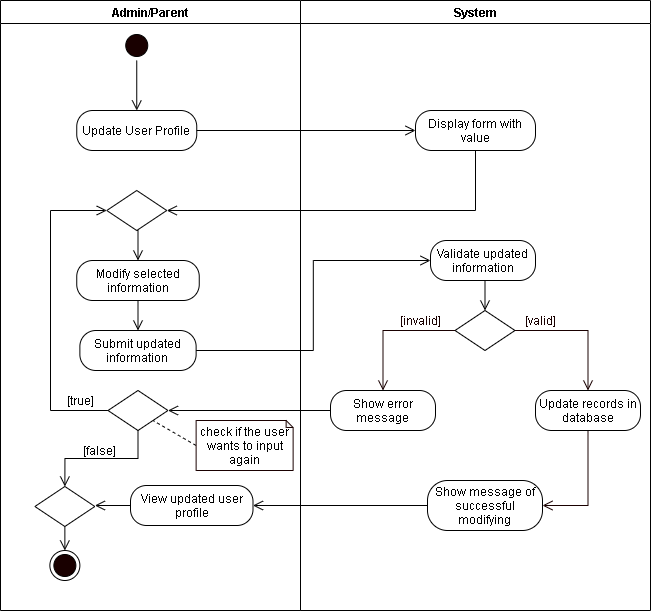
Before: REVISIONS/UML-DIAGRAMS/6-9-2021/ACTIVITY DIAGRAM/7-Update User Profile.png, a diagram exported from draw.io (mrklglsn/CAPSTONE-FILES). Source tidied: cells renumbered, new cells last; positions are measured from the earlier drawing's top-left corner, leaving out a move shared by most shapes. Source of this version:
```xml
<mxGraphModel>
  <root>
    <mxCell id="0" />
    <mxCell id="1" parent="0" />
    <mxCell id="2" value="Admin/Parent" style="swimlane;startSize=23;" parent="1" vertex="1">
      <mxGeometry width="300" height="610" as="geometry" />
    </mxCell>
    <mxCell id="3" style="edgeStyle=orthogonalEdgeStyle;rounded=0;jettySize=auto;html=1;exitX=0.5;exitY=1;exitDx=0;exitDy=0;entryX=0.5;entryY=0;entryDx=0;entryDy=0;endArrow=open;endFill=0;endSize=8;" parent="2" edge="1" source="4">
      <mxGeometry relative="1" as="geometry">
        <mxPoint x="136.2" y="110" as="targetPoint" />
      </mxGeometry>
    </mxCell>
    <mxCell id="4" style="ellipse;html=1;shape=startState;fillColor=#190000;" parent="2" vertex="1">
      <mxGeometry x="121.2" y="30" width="30" height="30" as="geometry" />
    </mxCell>
    <mxCell id="5" value="Update User Profile" style="rounded=1;whiteSpace=wrap;html=1;arcSize=40;" parent="2" vertex="1">
      <mxGeometry x="76.2" y="110" width="120" height="40" as="geometry" />
    </mxCell>
    <mxCell id="6" style="edgeStyle=orthogonalEdgeStyle;rounded=0;jettySize=auto;html=1;exitX=0.5;exitY=1;exitDx=0;exitDy=0;entryX=0.5;entryY=0;entryDx=0;entryDy=0;endArrow=open;endFill=0;endSize=8;" parent="2" edge="1" source="7" target="8">
      <mxGeometry relative="1" as="geometry" />
    </mxCell>
    <mxCell id="7" value="Modify selected information" style="rounded=1;whiteSpace=wrap;html=1;arcSize=40;" parent="2" vertex="1">
      <mxGeometry x="76.2" y="260" width="122.5" height="40" as="geometry" />
    </mxCell>
    <mxCell id="8" value="Submit updated information" style="rounded=1;whiteSpace=wrap;html=1;arcSize=40;" parent="2" vertex="1">
      <mxGeometry x="79.4" y="330" width="116.2" height="40" as="geometry" />
    </mxCell>
    <mxCell id="9" style="edgeStyle=orthogonalEdgeStyle;rounded=0;jettySize=auto;html=1;exitX=0.5;exitY=1;exitDx=0;exitDy=0;entryX=0.5;entryY=0;entryDx=0;entryDy=0;endArrow=open;endFill=0;endSize=8;" parent="2" edge="1" source="10" target="7">
      <mxGeometry relative="1" as="geometry" />
    </mxCell>
    <mxCell id="10" style="rhombus;whiteSpace=wrap;html=1;" parent="2" vertex="1">
      <mxGeometry x="106.2" y="190" width="60" height="40" as="geometry" />
    </mxCell>
    <mxCell id="11" style="edgeStyle=orthogonalEdgeStyle;rounded=0;jettySize=auto;html=1;exitX=0;exitY=0.5;exitDx=0;exitDy=0;entryX=1;entryY=0.5;entryDx=0;entryDy=0;endArrow=open;endFill=0;endSize=8;" parent="2" edge="1" source="12" target="17">
      <mxGeometry relative="1" as="geometry" />
    </mxCell>
    <mxCell id="12" value="View updated user profile" style="rounded=1;whiteSpace=wrap;html=1;arcSize=40;" parent="2" vertex="1">
      <mxGeometry x="130" y="485" width="122.5" height="40" as="geometry" />
    </mxCell>
    <mxCell id="13" style="ellipse;html=1;shape=endState;fillColor=#190000;" parent="2" vertex="1">
      <mxGeometry x="49.4" y="550" width="30" height="30" as="geometry" />
    </mxCell>
    <mxCell id="14" style="edgeStyle=orthogonalEdgeStyle;rounded=0;jettySize=auto;html=1;exitX=0;exitY=0.5;exitDx=0;exitDy=0;entryX=0;entryY=0.5;entryDx=0;entryDy=0;endArrow=open;endFill=0;endSize=8;" parent="2" edge="1" source="15" target="10">
      <mxGeometry relative="1" as="geometry">
        <Array as="points">
          <mxPoint x="50" y="410" />
          <mxPoint x="50" y="210" />
        </Array>
      </mxGeometry>
    </mxCell>
    <mxCell id="15" style="rhombus;whiteSpace=wrap;html=1;" parent="2" vertex="1">
      <mxGeometry x="107.5" y="390" width="60" height="40" as="geometry" />
    </mxCell>
    <mxCell id="16" style="edgeStyle=orthogonalEdgeStyle;rounded=0;jettySize=auto;html=1;exitX=0.5;exitY=1;exitDx=0;exitDy=0;entryX=0.5;entryY=0;entryDx=0;entryDy=0;endArrow=open;endFill=0;endSize=8;" parent="2" edge="1" source="17" target="13">
      <mxGeometry relative="1" as="geometry" />
    </mxCell>
    <mxCell id="17" style="rhombus;whiteSpace=wrap;html=1;" parent="2" vertex="1">
      <mxGeometry x="34.4" y="486" width="60" height="40" as="geometry" />
    </mxCell>
    <mxCell id="18" style="edgeStyle=orthogonalEdgeStyle;rounded=0;jettySize=auto;html=1;exitX=0.5;exitY=1;exitDx=0;exitDy=0;endArrow=open;endFill=0;endSize=8;entryX=0.5;entryY=0;entryDx=0;entryDy=0;" parent="2" edge="1" source="15" target="17">
      <mxGeometry relative="1" as="geometry" />
    </mxCell>
    <mxCell id="19" style="rounded=0;jettySize=auto;html=1;exitX=0;exitY=0.5;exitDx=0;exitDy=0;exitPerimeter=0;entryX=1;entryY=1;entryDx=0;entryDy=0;endArrow=none;endFill=0;endSize=8;dashed=1;" parent="2" edge="1" source="20" target="15">
      <mxGeometry relative="1" as="geometry" />
    </mxCell>
    <mxCell id="20" value="check if the user wants to input again" style="shape=note;whiteSpace=wrap;html=1;backgroundOutline=1;darkOpacity=0.05;strokeColor=#190000;size=7;" parent="2" vertex="1">
      <mxGeometry x="195.6" y="420" width="97" height="50" as="geometry" />
    </mxCell>
    <mxCell id="21" value="[false]" style="text;html=1;align=center;verticalAlign=middle;strokeColor=none;" parent="2" vertex="1">
      <mxGeometry x="74.4" y="440" width="50" height="20" as="geometry" />
    </mxCell>
    <mxCell id="22" value="System" style="swimlane;" parent="1" vertex="1">
      <mxGeometry x="300" width="350" height="610" as="geometry" />
    </mxCell>
    <mxCell id="23" value="Validate updated information" style="rounded=1;whiteSpace=wrap;html=1;arcSize=40;" parent="22" vertex="1">
      <mxGeometry x="130" y="240" width="105" height="40" as="geometry" />
    </mxCell>
    <mxCell id="24" style="rhombus;whiteSpace=wrap;html=1;" parent="22" vertex="1">
      <mxGeometry x="154.5" y="310" width="60" height="40" as="geometry" />
    </mxCell>
    <mxCell id="25" style="edgeStyle=orthogonalEdgeStyle;rounded=0;jettySize=auto;html=1;exitX=0.5;exitY=1;exitDx=0;exitDy=0;entryX=0.5;entryY=0;entryDx=0;entryDy=0;endArrow=open;endFill=0;endSize=8;" parent="22" edge="1" source="23" target="24">
      <mxGeometry relative="1" as="geometry" />
    </mxCell>
    <mxCell id="26" value="&lt;font color=&quot;#190000&quot;&gt;[valid]&lt;/font&gt;" style="text;html=1;align=center;verticalAlign=middle;strokeColor=none;fontColor=#FFFFFF;" parent="22" vertex="1">
      <mxGeometry x="214.5" y="310" width="50" height="20" as="geometry" />
    </mxCell>
    <mxCell id="27" value="&lt;font color=&quot;#190000&quot;&gt;[invalid]&lt;/font&gt;" style="text;html=1;align=center;verticalAlign=middle;strokeColor=none;fontColor=#FFFFFF;" parent="22" vertex="1">
      <mxGeometry x="90" y="310" width="60" height="20" as="geometry" />
    </mxCell>
    <mxCell id="28" value="Show error message" style="rounded=1;whiteSpace=wrap;html=1;arcSize=40;" parent="22" vertex="1">
      <mxGeometry x="30" y="390" width="105" height="40" as="geometry" />
    </mxCell>
    <mxCell id="29" style="edgeStyle=orthogonalEdgeStyle;rounded=0;jettySize=auto;html=1;exitX=0.5;exitY=1;exitDx=0;exitDy=0;entryX=1;entryY=0.5;entryDx=0;entryDy=0;fontColor=#FFFFFF;endArrow=open;endFill=0;endSize=8;strokeColor=#190000;" parent="22" edge="1" source="30" target="33">
      <mxGeometry relative="1" as="geometry" />
    </mxCell>
    <mxCell id="30" value="Update records in database" style="rounded=1;whiteSpace=wrap;html=1;arcSize=40;" parent="22" vertex="1">
      <mxGeometry x="235" y="390" width="105" height="40" as="geometry" />
    </mxCell>
    <mxCell id="31" style="edgeStyle=orthogonalEdgeStyle;rounded=0;jettySize=auto;html=1;exitX=0;exitY=0.5;exitDx=0;exitDy=0;fontColor=#FFFFFF;endArrow=open;endFill=0;endSize=8;strokeColor=#190000;entryX=0.5;entryY=0;entryDx=0;entryDy=0;" parent="22" edge="1" source="24" target="28">
      <mxGeometry relative="1" as="geometry" />
    </mxCell>
    <mxCell id="32" style="edgeStyle=orthogonalEdgeStyle;rounded=0;jettySize=auto;html=1;exitX=1;exitY=0.5;exitDx=0;exitDy=0;fontColor=#FFFFFF;endArrow=open;endFill=0;endSize=8;strokeColor=#190000;entryX=0.5;entryY=0;entryDx=0;entryDy=0;" parent="22" edge="1" source="24" target="30">
      <mxGeometry relative="1" as="geometry" />
    </mxCell>
    <mxCell id="33" value="Show message of successful modifying" style="rounded=1;whiteSpace=wrap;html=1;arcSize=40;" parent="22" vertex="1">
      <mxGeometry x="127" y="480" width="115" height="50" as="geometry" />
    </mxCell>
    <mxCell id="34" value="Display form with value" style="rounded=1;whiteSpace=wrap;html=1;arcSize=40;" parent="22" vertex="1">
      <mxGeometry x="115" y="110" width="120" height="40" as="geometry" />
    </mxCell>
    <mxCell id="35" style="edgeStyle=orthogonalEdgeStyle;rounded=0;jettySize=auto;html=1;exitX=1;exitY=0.5;exitDx=0;exitDy=0;endArrow=open;endFill=0;endSize=8;entryX=0;entryY=0.5;entryDx=0;entryDy=0;" parent="1" edge="1" source="5" target="34">
      <mxGeometry relative="1" as="geometry" />
    </mxCell>
    <mxCell id="36" style="edgeStyle=orthogonalEdgeStyle;rounded=0;jettySize=auto;html=1;exitX=0.5;exitY=1;exitDx=0;exitDy=0;endArrow=open;endFill=0;endSize=8;entryX=1;entryY=0.5;entryDx=0;entryDy=0;" parent="1" edge="1" source="34" target="10">
      <mxGeometry relative="1" as="geometry" />
    </mxCell>
    <mxCell id="37" style="edgeStyle=orthogonalEdgeStyle;rounded=0;jettySize=auto;html=1;exitX=1;exitY=0.5;exitDx=0;exitDy=0;entryX=0;entryY=0.5;entryDx=0;entryDy=0;endArrow=open;endFill=0;endSize=8;" parent="1" edge="1" source="8" target="23">
      <mxGeometry relative="1" as="geometry" />
    </mxCell>
    <mxCell id="38" style="edgeStyle=orthogonalEdgeStyle;rounded=0;jettySize=auto;html=1;exitX=0;exitY=0.5;exitDx=0;exitDy=0;endArrow=open;endFill=0;endSize=8;entryX=1;entryY=0.5;entryDx=0;entryDy=0;" parent="1" edge="1" source="33" target="12">
      <mxGeometry relative="1" as="geometry" />
    </mxCell>
    <mxCell id="39" style="edgeStyle=orthogonalEdgeStyle;rounded=0;jettySize=auto;html=1;exitX=0;exitY=0.5;exitDx=0;exitDy=0;endArrow=open;endFill=0;endSize=8;entryX=1;entryY=0.5;entryDx=0;entryDy=0;" parent="1" edge="1" source="28" target="15">
      <mxGeometry relative="1" as="geometry" />
    </mxCell>
    <mxCell id="40" value="[true]" style="text;html=1;align=center;verticalAlign=middle;strokeColor=none;" parent="1" vertex="1">
      <mxGeometry x="60" y="390" width="40" height="20" as="geometry" />
    </mxCell>
  </root>
</mxGraphModel>
```
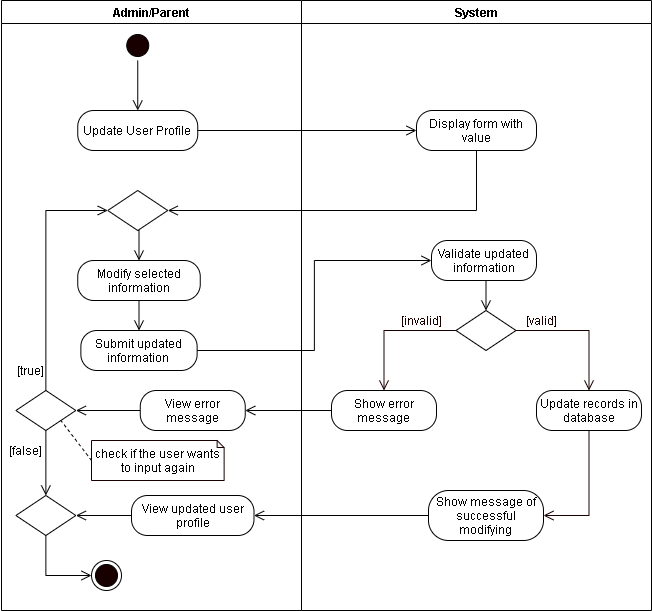
The same diagram one commit later.

What changed in the source:
```diff
@@ -35,27 +35,22 @@
       <mxGeometry relative="1" as="geometry" />
     </mxCell>
     <mxCell id="12" value="View updated user profile" style="rounded=1;whiteSpace=wrap;html=1;arcSize=40;" parent="2" vertex="1">
-      <mxGeometry x="130" y="485" width="122.5" height="40" as="geometry" />
+      <mxGeometry x="130" y="495" width="122.5" height="40" as="geometry" />
     </mxCell>
     <mxCell id="13" style="ellipse;html=1;shape=endState;fillColor=#190000;" parent="2" vertex="1">
-      <mxGeometry x="49.4" y="550" width="30" height="30" as="geometry" />
+      <mxGeometry x="90" y="560" width="30" height="30" as="geometry" />
     </mxCell>
-    <mxCell id="14" style="edgeStyle=orthogonalEdgeStyle;rounded=0;jettySize=auto;html=1;exitX=0;exitY=0.5;exitDx=0;exitDy=0;entryX=0;entryY=0.5;entryDx=0;entryDy=0;endArrow=open;endFill=0;endSize=8;" parent="2" edge="1" source="15" target="10">
-      <mxGeometry relative="1" as="geometry">
-        <Array as="points">
-          <mxPoint x="50" y="410" />
-          <mxPoint x="50" y="210" />
-        </Array>
-      </mxGeometry>
+    <mxCell id="14" style="edgeStyle=orthogonalEdgeStyle;rounded=0;jettySize=auto;html=1;exitX=0.5;exitY=0;exitDx=0;exitDy=0;entryX=0;entryY=0.5;entryDx=0;entryDy=0;endArrow=open;endFill=0;endSize=8;" parent="2" edge="1" source="15" target="10">
+      <mxGeometry relative="1" as="geometry" />
     </mxCell>
     <mxCell id="15" style="rhombus;whiteSpace=wrap;html=1;" parent="2" vertex="1">
-      <mxGeometry x="107.5" y="390" width="60" height="40" as="geometry" />
+      <mxGeometry x="14.4" y="390" width="60" height="40" as="geometry" />
     </mxCell>
-    <mxCell id="16" style="edgeStyle=orthogonalEdgeStyle;rounded=0;jettySize=auto;html=1;exitX=0.5;exitY=1;exitDx=0;exitDy=0;entryX=0.5;entryY=0;entryDx=0;entryDy=0;endArrow=open;endFill=0;endSize=8;" parent="2" edge="1" source="17" target="13">
+    <mxCell id="16" style="edgeStyle=orthogonalEdgeStyle;rounded=0;jettySize=auto;html=1;exitX=0.5;exitY=1;exitDx=0;exitDy=0;entryX=0;entryY=0.5;entryDx=0;entryDy=0;endArrow=open;endFill=0;endSize=8;" parent="2" edge="1" source="17" target="13">
       <mxGeometry relative="1" as="geometry" />
     </mxCell>
     <mxCell id="17" style="rhombus;whiteSpace=wrap;html=1;" parent="2" vertex="1">
-      <mxGeometry x="34.4" y="486" width="60" height="40" as="geometry" />
+      <mxGeometry x="14.4" y="495" width="60" height="40" as="geometry" />
     </mxCell>
     <mxCell id="18" style="edgeStyle=orthogonalEdgeStyle;rounded=0;jettySize=auto;html=1;exitX=0.5;exitY=1;exitDx=0;exitDy=0;endArrow=open;endFill=0;endSize=8;entryX=0.5;entryY=0;entryDx=0;entryDy=0;" parent="2" edge="1" source="15" target="17">
       <mxGeometry relative="1" as="geometry" />
@@ -64,11 +59,20 @@
       <mxGeometry relative="1" as="geometry" />
     </mxCell>
     <mxCell id="20" value="check if the user wants to input again" style="shape=note;whiteSpace=wrap;html=1;backgroundOutline=1;darkOpacity=0.05;strokeColor=#190000;size=7;" parent="2" vertex="1">
-      <mxGeometry x="195.6" y="420" width="97" height="50" as="geometry" />
+      <mxGeometry x="90" y="440" width="132.6" height="40" as="geometry" />
     </mxCell>
     <mxCell id="21" value="[false]" style="text;html=1;align=center;verticalAlign=middle;strokeColor=none;" parent="2" vertex="1">
-      <mxGeometry x="74.4" y="440" width="50" height="20" as="geometry" />
+      <mxGeometry x="-0.6" y="440" width="50" height="20" as="geometry" />
     </mxCell>
+    <mxCell id="40" value="[true]" style="text;html=1;align=center;verticalAlign=middle;strokeColor=none;" parent="2" vertex="1">
+      <mxGeometry x="9.4" y="360" width="40" height="20" as="geometry" />
+    </mxCell>
+    <mxCell id="41" style="edgeStyle=orthogonalEdgeStyle;rounded=0;jettySize=auto;html=1;exitX=0;exitY=0.5;exitDx=0;exitDy=0;entryX=1;entryY=0.5;entryDx=0;entryDy=0;endArrow=open;endFill=0;endSize=8;" parent="2" edge="1" source="42" target="15">
+      <mxGeometry relative="1" as="geometry" />
+    </mxCell>
+    <mxCell id="42" value="View error message" style="rounded=1;whiteSpace=wrap;html=1;arcSize=40;" parent="2" vertex="1">
+      <mxGeometry x="138.8" y="390" width="105" height="40" as="geometry" />
+    </mxCell>
     <mxCell id="22" value="System" style="swimlane;" parent="1" vertex="1">
       <mxGeometry x="300" width="350" height="610" as="geometry" />
     </mxCell>
@@ -103,7 +107,7 @@
       <mxGeometry relative="1" as="geometry" />
     </mxCell>
     <mxCell id="33" value="Show message of successful modifying" style="rounded=1;whiteSpace=wrap;html=1;arcSize=40;" parent="22" vertex="1">
-      <mxGeometry x="127" y="480" width="115" height="50" as="geometry" />
+      <mxGeometry x="127" y="490" width="115" height="50" as="geometry" />
     </mxCell>
     <mxCell id="34" value="Display form with value" style="rounded=1;whiteSpace=wrap;html=1;arcSize=40;" parent="22" vertex="1">
       <mxGeometry x="115" y="110" width="120" height="40" as="geometry" />
@@ -120,11 +124,8 @@
     <mxCell id="38" style="edgeStyle=orthogonalEdgeStyle;rounded=0;jettySize=auto;html=1;exitX=0;exitY=0.5;exitDx=0;exitDy=0;endArrow=open;endFill=0;endSize=8;entryX=1;entryY=0.5;entryDx=0;entryDy=0;" parent="1" edge="1" source="33" target="12">
       <mxGeometry relative="1" as="geometry" />
     </mxCell>
-    <mxCell id="39" style="edgeStyle=orthogonalEdgeStyle;rounded=0;jettySize=auto;html=1;exitX=0;exitY=0.5;exitDx=0;exitDy=0;endArrow=open;endFill=0;endSize=8;entryX=1;entryY=0.5;entryDx=0;entryDy=0;" parent="1" edge="1" source="28" target="15">
-      <mxGeometry relative="1" as="geometry" />
-    </mxCell>
-    <mxCell id="40" value="[true]" style="text;html=1;align=center;verticalAlign=middle;strokeColor=none;" parent="1" vertex="1">
-      <mxGeometry x="60" y="390" width="40" height="20" as="geometry" />
-    </mxCell>
+    <mxCell id="43" style="edgeStyle=orthogonalEdgeStyle;rounded=0;jettySize=auto;html=1;exitX=0;exitY=0.5;exitDx=0;exitDy=0;entryX=1;entryY=0.5;entryDx=0;entryDy=0;endArrow=open;endFill=0;endSize=8;" parent="1" edge="1" source="28" target="42">
+      <mxGeometry relative="1" as="geometry" />
+    </mxCell>
   </root>
 </mxGraphModel>
```
